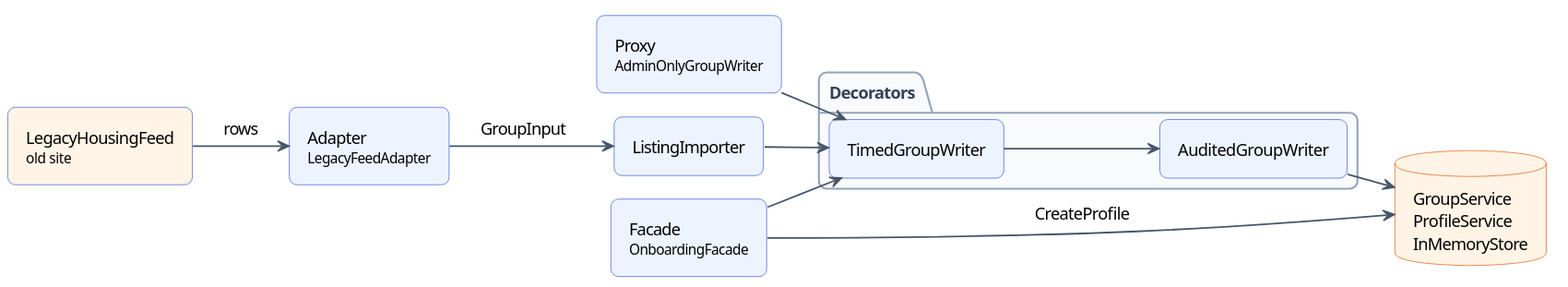
Above: lab-02/csharp/assets/d01-overview.svg in Lucian-Adrian/sem5-software-design (PlantUML), before the change. Its diagram source:
```plantuml
@startuml
!include style.iuml
left to right direction
rectangle "LegacyHousingFeed\n<size:11>old site</size>" as Feed #FFF4E6
rectangle "Adapter\n<size:11>LegacyFeedAdapter</size>" as A
rectangle "ListingImporter" as I
rectangle "Facade\n<size:11>OnboardingFacade</size>" as F
rectangle "Proxy\n<size:11>AdminOnlyGroupWriter</size>" as P
package "Decorators" {
  rectangle "TimedGroupWriter" as T
  rectangle "AuditedGroupWriter" as AU
}
database "GroupService\nProfileService\nInMemoryStore" as GS
Feed --> A : rows
A --> I : GroupInput
I --> T
F --> T
F --> GS : CreateProfile
P --> T
T --> AU
AU --> GS
@enduml
```
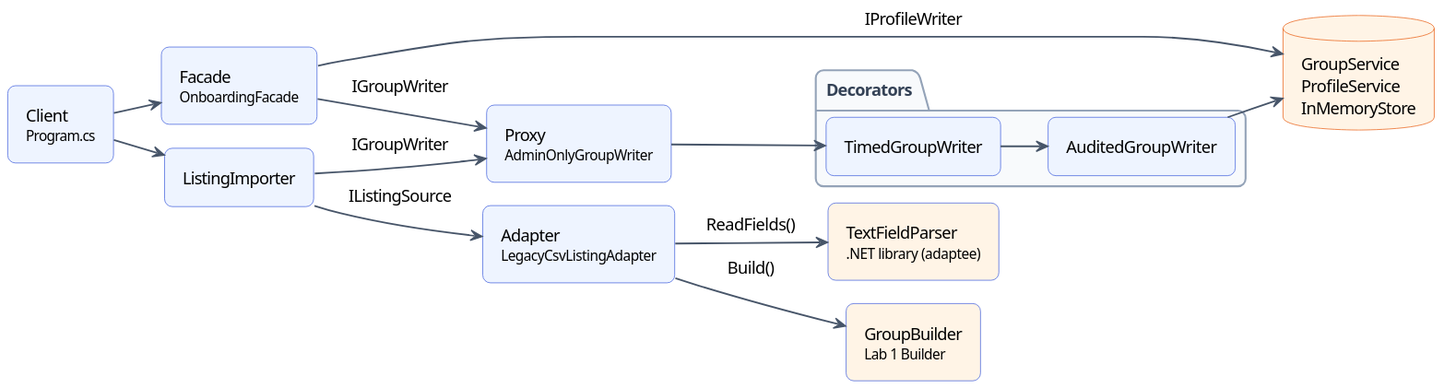
The same diagram one commit later.

Change to the diagram source:
```diff
@@ -1,21 +1,26 @@
 @startuml
 !include style.iuml
 left to right direction
-rectangle "LegacyHousingFeed\n<size:11>old site</size>" as Feed #FFF4E6
-rectangle "Adapter\n<size:11>LegacyFeedAdapter</size>" as A
-rectangle "ListingImporter" as I
+rectangle "Client\n<size:11>Program.cs</size>" as C
 rectangle "Facade\n<size:11>OnboardingFacade</size>" as F
 rectangle "Proxy\n<size:11>AdminOnlyGroupWriter</size>" as P
 package "Decorators" {
   rectangle "TimedGroupWriter" as T
   rectangle "AuditedGroupWriter" as AU
 }
+rectangle "ListingImporter" as I
+rectangle "Adapter\n<size:11>LegacyCsvListingAdapter</size>" as A
+rectangle "TextFieldParser\n<size:11>.NET library (adaptee)</size>" as TFP #FFF4E6
+rectangle "GroupBuilder\n<size:11>Lab 1 Builder</size>" as B #FFF4E6
 database "GroupService\nProfileService\nInMemoryStore" as GS
-Feed --> A : rows
-A --> I : GroupInput
-I --> T
-F --> T
-F --> GS : CreateProfile
+C --> F
+C --> I
+F --> P : IGroupWriter
+F --> GS : IProfileWriter
+I --> A : IListingSource
+I --> P : IGroupWriter
+A --> TFP : ReadFields()
+A --> B : Build()
 P --> T
 T --> AU
 AU --> GS
```
